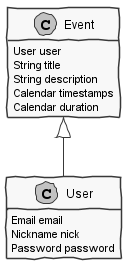
Earlier version of the PlantUML export docs/red/s1161213/sp1/dm.png (HugoFernandes2343/LAPR4_2017-2018).
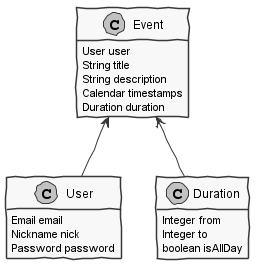
Later version of the same file.

Change to the diagram source:
```diff
@@ -12,7 +12,7 @@
 	String title
 	String description
 	Calendar timestamps
-	Calendar duration
+	Duration duration
 }
 
 class User{
@@ -21,5 +21,12 @@
 	Password password
 }
 
-Event <|-- User
+class Duration{
+    Integer from
+    Integer to
+    boolean isAllDay
+}
+
+Event <-- User
+Event <-- Duration
 @enduml
```
